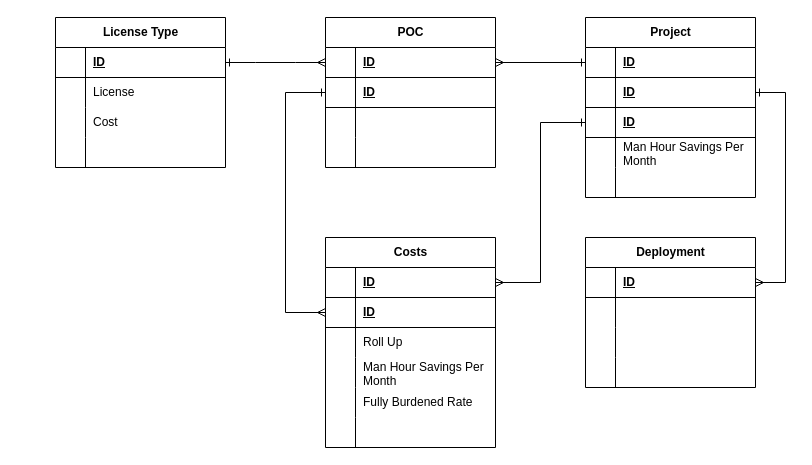
This is page "Option-1b" (2 of 4) of erd-projint-01.drawio from josjreyes/GitInit, a draw.io file, before an edit. Source tidied: cells renumbered, new cells numbered last; positions are measured from the earlier drawing's top-left corner, leaving out a move shared by most shapes. Both pictures are drawn from the tidied source at 100%, with x=0, y=0 at pixel (55, 17).
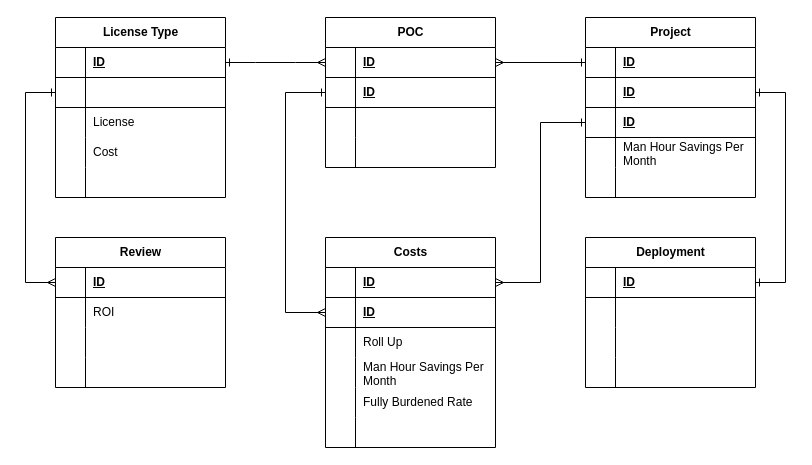
Above is the later version.

Unchanged cells that the change refers to:
```xml
<mxCell id="6" style="shape=tableRow;horizontal=0;startSize=0;swimlaneHead=0;swimlaneBody=0;fillColor=none;points=[[0,0.5],[1,0.5]];portConstraint=eastwest;top=0;left=0;right=0;bottom=1;" parent="2" vertex="1">
  <mxGeometry y="60" width="170" height="30" as="geometry" />
</mxCell>
<mxCell id="33" style="shape=tableRow;horizontal=0;startSize=0;swimlaneHead=0;swimlaneBody=0;fillColor=none;points=[[0,0.5],[1,0.5]];portConstraint=eastwest;top=0;left=0;right=0;bottom=1;" parent="32" vertex="1">
  <mxGeometry y="30" width="170" height="30" as="geometry" />
</mxCell>
```

The edit, as a diff of the source:
```diff
@@
     <mxCell id="18" value="License Type" style="shape=table;startSize=30;childLayout=tableLayout;rowLines=0;fontStyle=1;align=center;html=1;" parent="1" vertex="1">
-      <mxGeometry width="170" height="150" as="geometry" />
+      <mxGeometry width="170" height="180" as="geometry" />
     </mxCell>
@@
+    <mxCell id="81" style="shape=tableRow;horizontal=0;startSize=0;swimlaneHead=0;swimlaneBody=0;fillColor=none;points=[[0,0.5],[1,0.5]];portConstraint=eastwest;top=0;left=0;right=0;bottom=1;" parent="18" vertex="1">
+      <mxGeometry y="60" width="170" height="30" as="geometry" />
+    </mxCell>
+    <mxCell id="82" style="shape=partialRectangle;fillColor=none;top=0;left=0;bottom=0;right=0;fontStyle=1;overflow=hidden;whiteSpace=wrap;html=1;" parent="81" vertex="1">
+      <mxGeometry width="30" height="30" as="geometry" />
+    </mxCell>
+    <mxCell id="83" style="shape=partialRectangle;fillColor=none;top=0;left=0;bottom=0;right=0;align=left;spacingLeft=6;fontStyle=5;overflow=hidden;whiteSpace=wrap;html=1;" parent="81" vertex="1">
+      <mxGeometry x="30" width="140" height="30" as="geometry" />
+    </mxCell>
     <mxCell id="22" style="shape=tableRow;horizontal=0;startSize=0;swimlaneHead=0;swimlaneBody=0;fillColor=none;top=0;left=0;right=0;bottom=0;" parent="18" vertex="1">
-      <mxGeometry y="60" width="170" height="30" as="geometry" />
+      <mxGeometry y="90" width="170" height="30" as="geometry" />
     </mxCell>
@@
     <mxCell id="25" style="shape=tableRow;horizontal=0;startSize=0;swimlaneHead=0;swimlaneBody=0;fillColor=none;top=0;left=0;right=0;bottom=0;" parent="18" vertex="1">
-      <mxGeometry y="90" width="170" height="30" as="geometry" />
+      <mxGeometry y="120" width="170" height="30" as="geometry" />
     </mxCell>
@@
     <mxCell id="28" style="shape=tableRow;horizontal=0;startSize=0;swimlaneHead=0;swimlaneBody=0;fillColor=none;top=0;left=0;right=0;bottom=0;" parent="18" vertex="1">
-      <mxGeometry y="120" width="170" height="30" as="geometry" />
+      <mxGeometry y="150" width="170" height="30" as="geometry" />
     </mxCell>
@@
-    <mxCell id="58" style="edgeStyle=entityRelationEdgeStyle;fontSize=12;html=1;endArrow=ERone;startArrow=ERmany;rounded=0;entryX=1;entryY=0.5;entryDx=0;entryDy=0;startFill=0;endFill=0;" parent="1" edge="1" source="33" target="6">
+    <mxCell id="58" style="edgeStyle=entityRelationEdgeStyle;fontSize=12;html=1;endArrow=ERone;startArrow=ERone;rounded=0;entryX=1;entryY=0.5;entryDx=0;entryDy=0;startFill=0;endFill=0;" parent="1" edge="1" source="33" target="6">
       <mxGeometry relative="1" as="geometry">
         <Array as="points">
           <mxPoint x="584.9" y="775" />
           <mxPoint x="335" y="270" />
           <mxPoint x="574.9" y="775" />
         </Array>
       </mxGeometry>
     </mxCell>
@@
+    <mxCell id="84" value="Review" style="shape=table;startSize=30;childLayout=tableLayout;rowLines=0;fontStyle=1;align=center;html=1;" parent="1" vertex="1">
+      <mxGeometry y="220" width="170" height="150" as="geometry" />
+    </mxCell>
+    <mxCell id="85" style="shape=tableRow;horizontal=0;startSize=0;swimlaneHead=0;swimlaneBody=0;fillColor=none;points=[[0,0.5],[1,0.5]];portConstraint=eastwest;top=0;left=0;right=0;bottom=1;" parent="84" vertex="1">
+      <mxGeometry y="30" width="170" height="30" as="geometry" />
+    </mxCell>
+    <mxCell id="86" style="shape=partialRectangle;fillColor=none;top=0;left=0;bottom=0;right=0;fontStyle=1;overflow=hidden;whiteSpace=wrap;html=1;" parent="85" vertex="1">
+      <mxGeometry width="30" height="30" as="geometry" />
+    </mxCell>
+    <mxCell id="87" value="ID" style="shape=partialRectangle;fillColor=none;top=0;left=0;bottom=0;right=0;align=left;spacingLeft=6;fontStyle=5;overflow=hidden;whiteSpace=wrap;html=1;" parent="85" vertex="1">
+      <mxGeometry x="30" width="140" height="30" as="geometry" />
+    </mxCell>
+    <mxCell id="88" style="shape=tableRow;horizontal=0;startSize=0;swimlaneHead=0;swimlaneBody=0;fillColor=none;top=0;left=0;right=0;bottom=0;" parent="84" vertex="1">
+      <mxGeometry y="60" width="170" height="30" as="geometry" />
+    </mxCell>
+    <mxCell id="89" style="shape=partialRectangle;fillColor=none;top=0;left=0;bottom=0;right=0;overflow=hidden;whiteSpace=wrap;html=1;" parent="88" vertex="1">
+      <mxGeometry width="30" height="30" as="geometry" />
+    </mxCell>
+    <mxCell id="90" value="ROI" style="shape=partialRectangle;fillColor=none;top=0;left=0;bottom=0;right=0;align=left;spacingLeft=6;overflow=hidden;whiteSpace=wrap;html=1;" parent="88" vertex="1">
+      <mxGeometry x="30" width="140" height="30" as="geometry" />
+    </mxCell>
+    <mxCell id="91" style="shape=tableRow;horizontal=0;startSize=0;swimlaneHead=0;swimlaneBody=0;fillColor=none;top=0;left=0;right=0;bottom=0;" parent="84" vertex="1">
+      <mxGeometry y="90" width="170" height="30" as="geometry" />
+    </mxCell>
+    <mxCell id="92" style="shape=partialRectangle;fillColor=none;top=0;left=0;bottom=0;right=0;overflow=hidden;whiteSpace=wrap;html=1;" parent="91" vertex="1">
+      <mxGeometry width="30" height="30" as="geometry" />
+    </mxCell>
+    <mxCell id="93" style="shape=partialRectangle;fillColor=none;top=0;left=0;bottom=0;right=0;align=left;spacingLeft=6;overflow=hidden;whiteSpace=wrap;html=1;" parent="91" vertex="1">
+      <mxGeometry x="30" width="140" height="30" as="geometry" />
+    </mxCell>
+    <mxCell id="94" style="shape=tableRow;horizontal=0;startSize=0;swimlaneHead=0;swimlaneBody=0;fillColor=none;top=0;left=0;right=0;bottom=0;" parent="84" vertex="1">
+      <mxGeometry y="120" width="170" height="30" as="geometry" />
+    </mxCell>
+    <mxCell id="95" style="shape=partialRectangle;fillColor=none;top=0;left=0;bottom=0;right=0;overflow=hidden;whiteSpace=wrap;html=1;" parent="94" vertex="1">
+      <mxGeometry width="30" height="30" as="geometry" />
+    </mxCell>
+    <mxCell id="96" style="shape=partialRectangle;fillColor=none;top=0;left=0;bottom=0;right=0;align=left;spacingLeft=6;overflow=hidden;whiteSpace=wrap;html=1;" parent="94" vertex="1">
+      <mxGeometry x="30" width="140" height="30" as="geometry" />
+    </mxCell>
+    <mxCell id="97" style="edgeStyle=orthogonalEdgeStyle;rounded=0;jettySize=auto;html=1;entryX=0;entryY=0.5;entryDx=0;entryDy=0;startArrow=ERone;startFill=0;endArrow=ERmany;endFill=0;" parent="1" edge="1" source="81" target="85">
+      <mxGeometry relative="1" as="geometry">
+        <Array as="points">
+          <mxPoint x="-30" y="75" />
+          <mxPoint x="-30" y="265" />
+        </Array>
+      </mxGeometry>
+    </mxCell>
```
